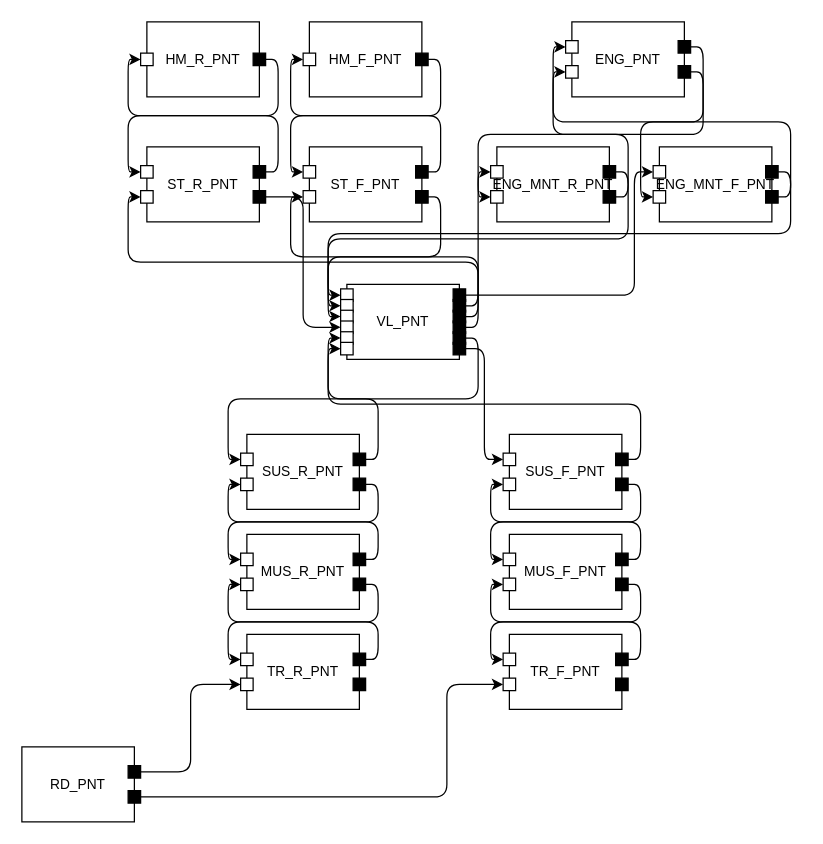
Earlier version of the draw.io diagram page "Vehicle" (30 of 30) of METI_Vertical_Vibration.drawio (rellab/JuliaMBD-experiment). Source tidied: cells renumbered, new cells numbered last; positions are measured from the earlier drawing's top-left corner, leaving out a move shared by most shapes. Both pictures are drawn from the tidied source at 125%, with x=0, y=0 at pixel (21, 21).
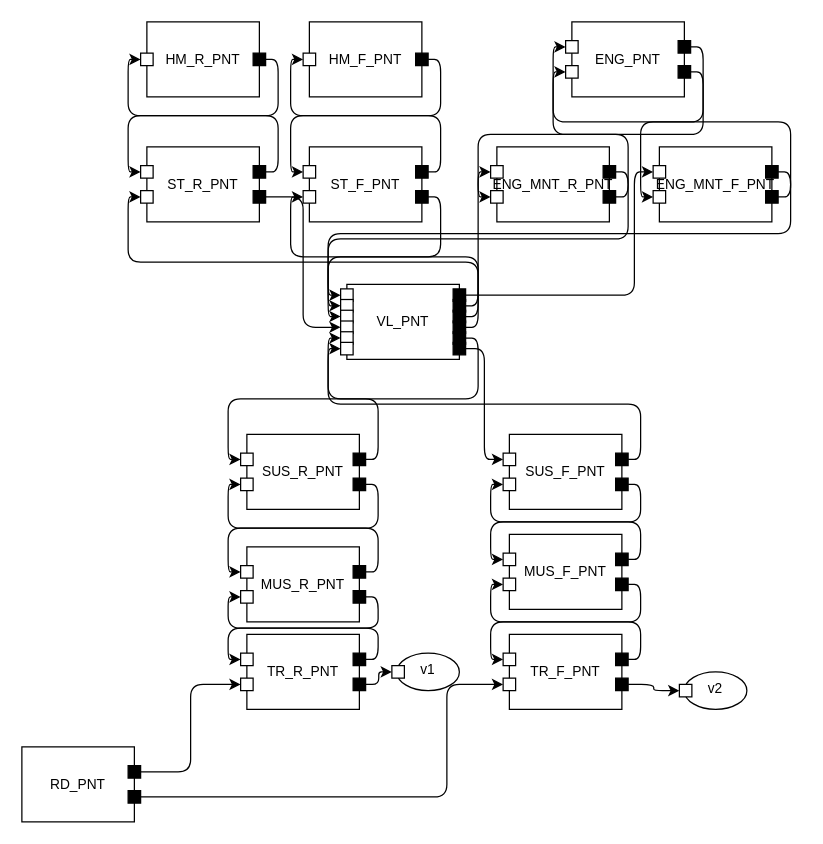
The same diagram, later.

Unchanged cells that the change refers to:
```xml
<mxCell id="19" style="whiteSpace=wrap;html=1;snapToPoint=1;points=[[1,0.5,0,0,0]];noLabel=0;overflow=visible;fillColor=#000000;labelBackgroundColor=none;" parent="15" vertex="1">
  <mxGeometry x="85" y="35" width="10" height="10" as="geometry" />
</mxCell>
<mxCell id="24" style="whiteSpace=wrap;html=1;snapToPoint=1;points=[[1,0.5,0,0,0]];noLabel=0;overflow=visible;fillColor=#000000;labelBackgroundColor=none;" parent="20" vertex="1">
  <mxGeometry x="85" y="35" width="10" height="10" as="geometry" />
</mxCell>
```

The edit, as a diff of the source:
```diff
@@
     <object id="25" label="%block%" block="MUS_R_PNT" placeholders="1">
       <mxCell style="rounded=0;whiteSpace=wrap;html=1;fontSize=11;labelBackgroundColor=none;" parent="1" vertex="1">
-        <mxGeometry x="180" y="410" width="90" height="60" as="geometry" />
+        <mxGeometry x="180" y="420" width="90" height="60" as="geometry" />
       </mxCell>
     </object>
@@
+    <object id="109" label="%name%" name="v1" placeholders="1">
+      <mxCell style="ellipse;whiteSpace=wrap;html=1;fontSize=11;spacingTop=-4;labelBackgroundColor=none;" parent="1" vertex="1">
+        <mxGeometry x="300" y="505" width="50" height="30" as="geometry" />
+      </mxCell>
+    </object>
+    <mxCell id="110" value="&lt;p style=&quot;line-height: 100%;&quot;&gt;&lt;br&gt;&lt;/p&gt;" style="whiteSpace=wrap;html=1;snapToPoint=1;points=[[0,0.5,0,0,0]];noLabel=0;overflow=visible;direction=east;labelBackgroundColor=none;" parent="109" vertex="1">
+      <mxGeometry x="-4" y="10" width="10" height="10" as="geometry" />
+    </mxCell>
+    <object id="111" label="%name%" name="v2" placeholders="1">
+      <mxCell style="ellipse;whiteSpace=wrap;html=1;fontSize=11;spacingTop=-4;labelBackgroundColor=none;" parent="1" vertex="1">
+        <mxGeometry x="530" y="520" width="50" height="30" as="geometry" />
+      </mxCell>
+    </object>
+    <mxCell id="112" value="&lt;p style=&quot;line-height: 100%;&quot;&gt;&lt;br&gt;&lt;/p&gt;" style="whiteSpace=wrap;html=1;snapToPoint=1;points=[[0,0.5,0,0,0]];noLabel=0;overflow=visible;direction=east;labelBackgroundColor=none;" parent="111" vertex="1">
+      <mxGeometry x="-4" y="10" width="10" height="10" as="geometry" />
+    </mxCell>
+    <mxCell id="113" style="edgeStyle=orthogonalEdgeStyle;html=1;exitX=1;exitY=0.5;exitDx=0;exitDy=0;exitPerimeter=0;entryX=0;entryY=0.5;entryDx=0;entryDy=0;entryPerimeter=0;" parent="1" edge="1" source="24" target="110">
+      <mxGeometry relative="1" as="geometry" />
+    </mxCell>
+    <mxCell id="114" style="edgeStyle=orthogonalEdgeStyle;html=1;exitX=1;exitY=0.5;exitDx=0;exitDy=0;exitPerimeter=0;entryX=0;entryY=0.5;entryDx=0;entryDy=0;entryPerimeter=0;" parent="1" edge="1" source="19" target="112">
+      <mxGeometry relative="1" as="geometry" />
+    </mxCell>
```
